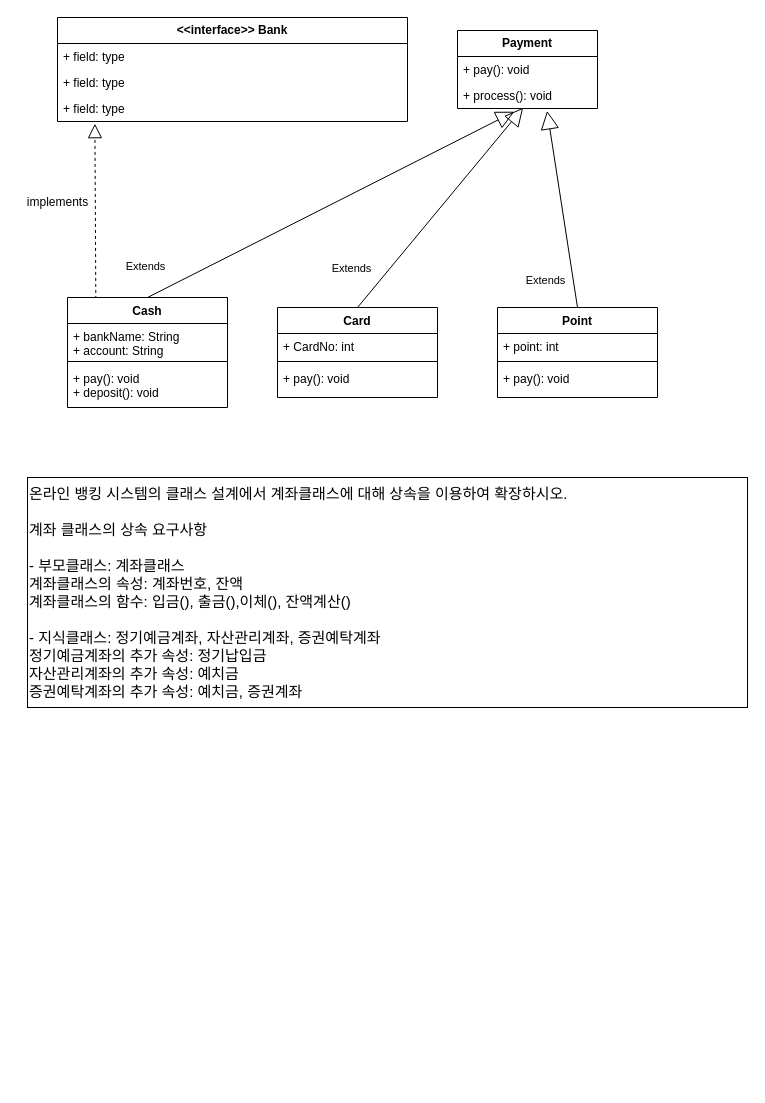
This is 241107.drawio from nalynn0517/UML, a draw.io file, before an edit. Source tidied: cells renumbered, new cells numbered last; positions are measured from the earlier drawing's top-left corner, leaving out a move shared by most shapes. Both pictures are drawn from the tidied source at 100%, with x=0, y=0 at pixel (17, 17).
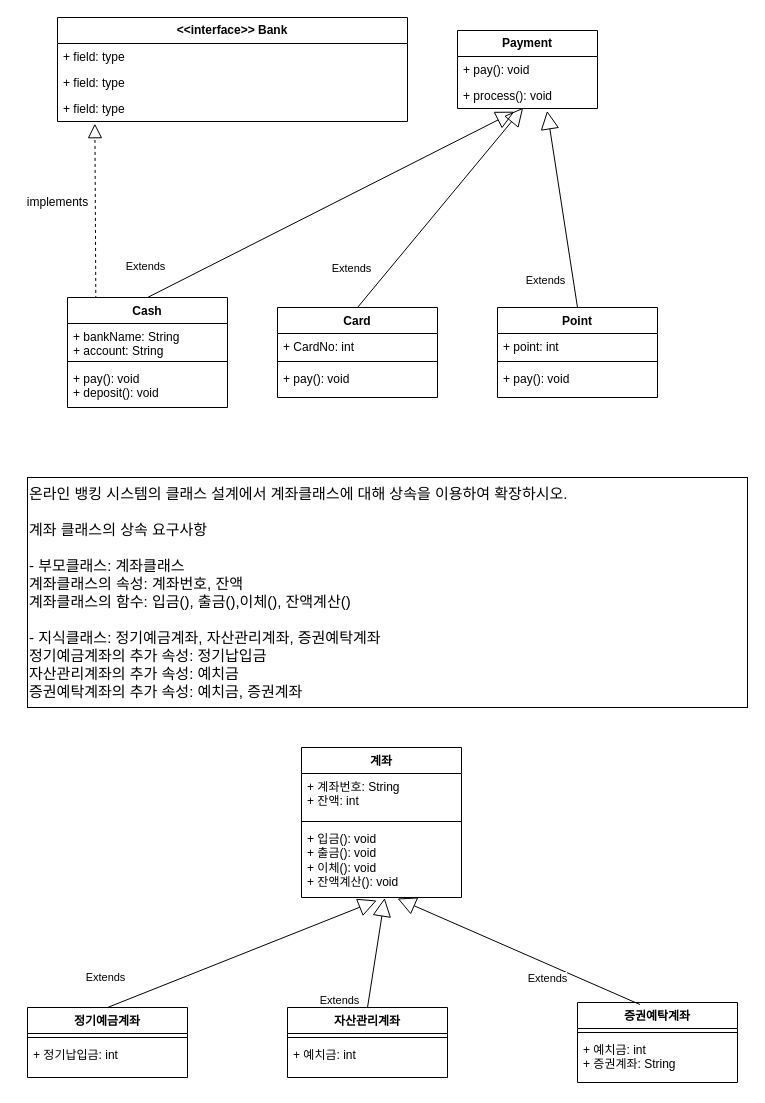
The same page after the edit.

The edit, as a diff of the source:
```diff
@@
+    <mxCell id="27" value="계좌" style="swimlane;fontStyle=1;align=center;verticalAlign=top;horizontal=1;startSize=26;whiteSpace=wrap;html=1;" parent="1" vertex="1">
+      <mxGeometry x="284" y="730" width="160" height="150" as="geometry" />
+    </mxCell>
+    <mxCell id="28" value="+ 계좌번호: String&lt;div&gt;+ 잔액: int&lt;/div&gt;" style="text;strokeColor=none;fillColor=none;align=left;verticalAlign=top;spacingLeft=4;spacingRight=4;overflow=hidden;whiteSpace=wrap;html=1;" parent="27" vertex="1">
+      <mxGeometry y="26" width="160" height="44" as="geometry" />
+    </mxCell>
+    <mxCell id="29" style="line;strokeWidth=1;fillColor=none;align=left;verticalAlign=middle;spacingTop=-1;spacingLeft=3;spacingRight=3;labelPosition=right;strokeColor=inherit;" parent="27" vertex="1">
+      <mxGeometry y="70" width="160" height="8" as="geometry" />
+    </mxCell>
+    <mxCell id="30" value="+ 입금(): void&lt;div&gt;+ 출금(): void&lt;/div&gt;&lt;div&gt;+ 이체(): void&lt;/div&gt;&lt;div&gt;+ 잔액계산(): void&lt;/div&gt;" style="text;strokeColor=none;fillColor=none;align=left;verticalAlign=top;spacingLeft=4;spacingRight=4;overflow=hidden;points=[[0,0.5],[1,0.5]];portConstraint=eastwest;whiteSpace=wrap;html=1;" parent="27" vertex="1">
+      <mxGeometry y="78" width="160" height="72" as="geometry" />
+    </mxCell>
+    <mxCell id="31" value="정기예금계좌" style="swimlane;fontStyle=1;align=center;verticalAlign=top;horizontal=1;startSize=26;whiteSpace=wrap;html=1;" parent="1" vertex="1">
+      <mxGeometry x="10" y="990" width="160" height="70" as="geometry" />
+    </mxCell>
+    <mxCell id="32" style="line;strokeWidth=1;fillColor=none;align=left;verticalAlign=middle;spacingTop=-1;spacingLeft=3;spacingRight=3;labelPosition=right;strokeColor=inherit;" parent="31" vertex="1">
+      <mxGeometry y="26" width="160" height="8" as="geometry" />
+    </mxCell>
+    <mxCell id="33" value="+ 정기납입금: int" style="text;strokeColor=none;fillColor=none;align=left;verticalAlign=top;spacingLeft=4;spacingRight=4;overflow=hidden;whiteSpace=wrap;html=1;" parent="31" vertex="1">
+      <mxGeometry y="34" width="160" height="36" as="geometry" />
+    </mxCell>
+    <mxCell id="34" value="자산관리계좌" style="swimlane;fontStyle=1;align=center;verticalAlign=top;horizontal=1;startSize=26;whiteSpace=wrap;html=1;" parent="1" vertex="1">
+      <mxGeometry x="270" y="990" width="160" height="70" as="geometry" />
+    </mxCell>
+    <mxCell id="35" style="line;strokeWidth=1;fillColor=none;align=left;verticalAlign=middle;spacingTop=-1;spacingLeft=3;spacingRight=3;labelPosition=right;strokeColor=inherit;" parent="34" vertex="1">
+      <mxGeometry y="26" width="160" height="8" as="geometry" />
+    </mxCell>
+    <mxCell id="36" value="+ 예치금: int" style="text;strokeColor=none;fillColor=none;align=left;verticalAlign=top;spacingLeft=4;spacingRight=4;overflow=hidden;whiteSpace=wrap;html=1;" parent="34" vertex="1">
+      <mxGeometry y="34" width="160" height="36" as="geometry" />
+    </mxCell>
+    <mxCell id="37" value="증권예탁계좌" style="swimlane;fontStyle=1;align=center;verticalAlign=top;horizontal=1;startSize=26;whiteSpace=wrap;html=1;" parent="1" vertex="1">
+      <mxGeometry x="560" y="985" width="160" height="80" as="geometry" />
+    </mxCell>
+    <mxCell id="38" style="line;strokeWidth=1;fillColor=none;align=left;verticalAlign=middle;spacingTop=-1;spacingLeft=3;spacingRight=3;labelPosition=right;strokeColor=inherit;" parent="37" vertex="1">
+      <mxGeometry y="26" width="160" height="8" as="geometry" />
+    </mxCell>
+    <mxCell id="39" value="+ 예치금: int&lt;div&gt;+ 증권계좌: String&lt;/div&gt;" style="text;strokeColor=none;fillColor=none;align=left;verticalAlign=top;spacingLeft=4;spacingRight=4;overflow=hidden;whiteSpace=wrap;html=1;" parent="37" vertex="1">
+      <mxGeometry y="34" width="160" height="46" as="geometry" />
+    </mxCell>
+    <mxCell id="40" value="Extends" style="endArrow=block;endSize=16;endFill=0;html=1;rounded=0;entryX=0.47;entryY=1.042;entryDx=0;entryDy=0;entryPerimeter=0;exitX=0.5;exitY=0;exitDx=0;exitDy=0;" parent="1" edge="1" target="30">
+      <mxGeometry x="-0.94" y="29" relative="1" as="geometry">
+        <mxPoint x="90" y="990" as="sourcePoint" />
+      </mxGeometry>
+    </mxCell>
+    <mxCell id="41" value="Extends" style="endArrow=block;endSize=16;endFill=0;html=1;rounded=0;entryX=0.52;entryY=1.008;entryDx=0;entryDy=0;entryPerimeter=0;exitX=0.5;exitY=0;exitDx=0;exitDy=0;" parent="1" edge="1" target="30">
+      <mxGeometry x="-0.94" y="29" relative="1" as="geometry">
+        <mxPoint x="350" y="990" as="sourcePoint" />
+      </mxGeometry>
+    </mxCell>
+    <mxCell id="42" value="Extends" style="endArrow=block;endSize=16;endFill=0;html=1;rounded=0;entryX=0.71;entryY=0.986;entryDx=0;entryDy=0;entryPerimeter=0;exitX=0.5;exitY=0;exitDx=0;exitDy=0;" parent="1" edge="1">
+      <mxGeometry x="-0.28" y="13" relative="1" as="geometry">
+        <mxPoint x="622.4" y="987" as="sourcePoint" />
+        <mxPoint x="380" y="881" as="targetPoint" />
+      </mxGeometry>
+    </mxCell>
```
